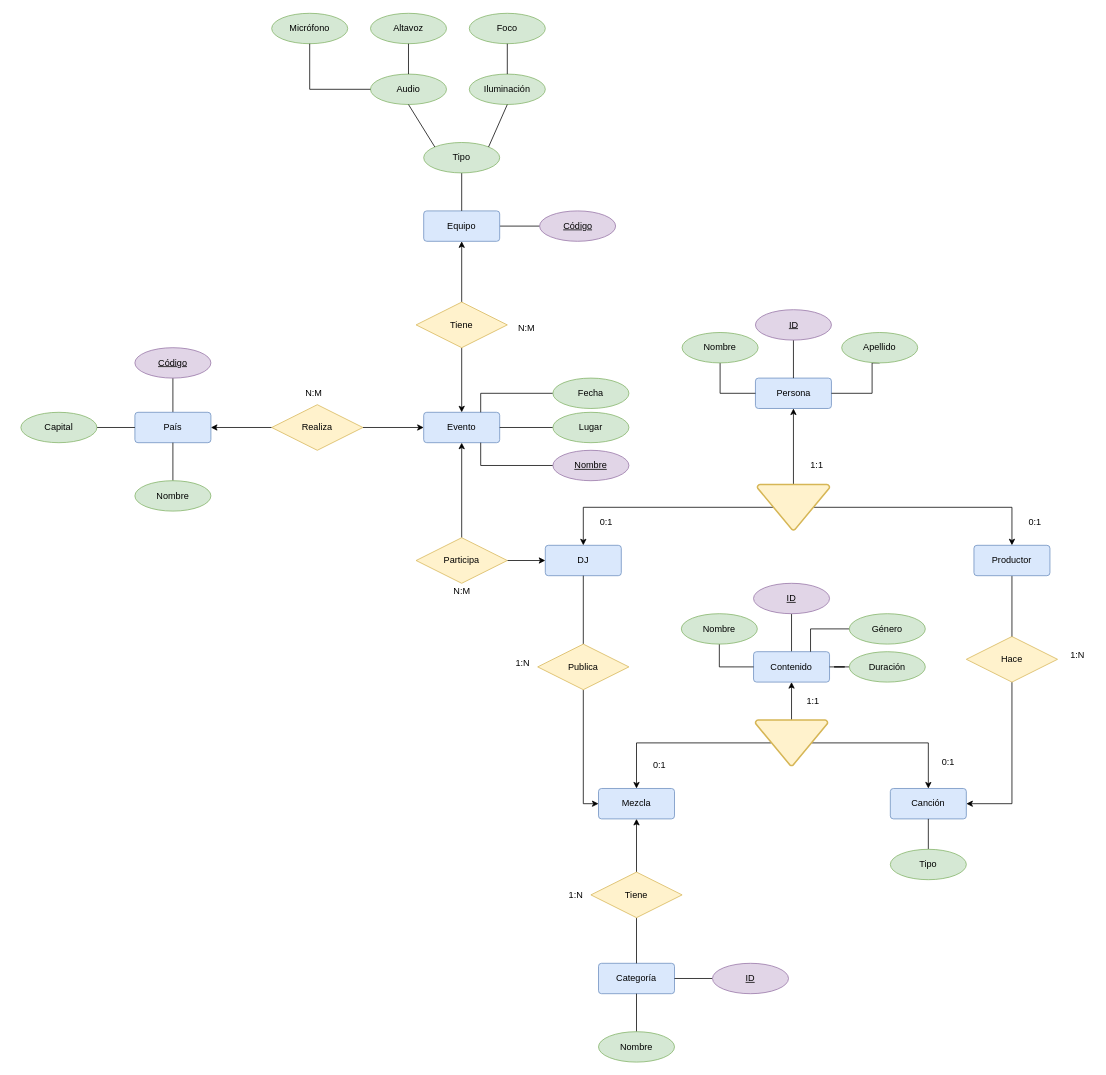
The draw.io diagram page "Página-3" (3 of 4) of modelo_entidad_relación.drawio in samugd17/proyecto_bae, before the edit. Source tidied: cells renumbered, new cells numbered last; positions are measured from the earlier drawing's top-left corner, leaving out a move shared by most shapes. Both pictures are drawn from the tidied source at 76%, with x=0, y=0 at pixel (21, 13).
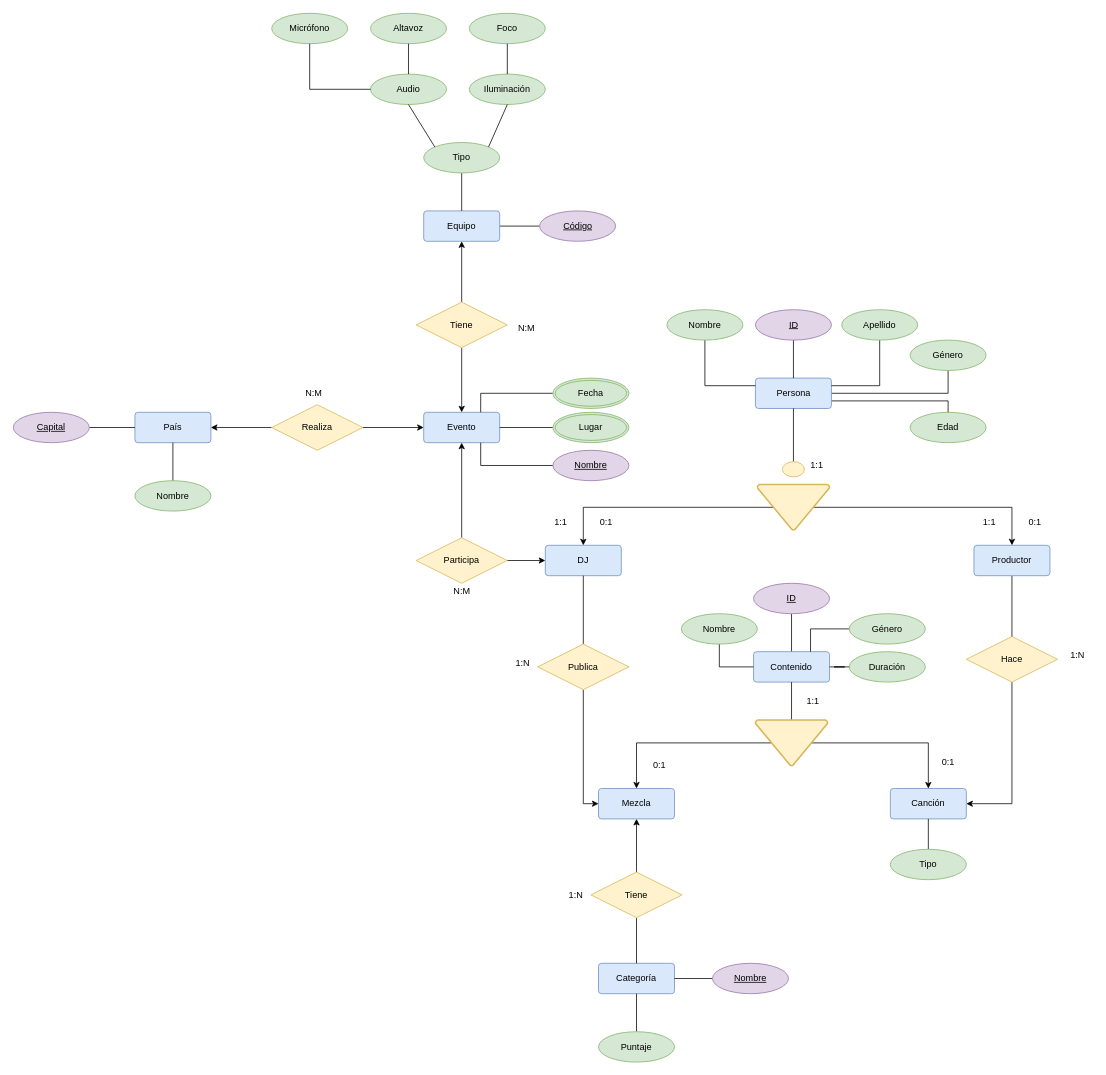
Above is the later version.

Unchanged cells that the change refers to:
```xml
<mxCell id="2" value="Persona" style="rounded=1;arcSize=10;whiteSpace=wrap;html=1;align=center;fillColor=#dae8fc;strokeColor=#6c8ebf;" parent="1" vertex="1">
  <mxGeometry x="966.5" y="480" width="100" height="40" as="geometry" />
</mxCell>
<mxCell id="5" value="Contenido" style="rounded=1;arcSize=10;whiteSpace=wrap;html=1;align=center;fillColor=#dae8fc;strokeColor=#6c8ebf;" parent="1" vertex="1">
  <mxGeometry x="964" y="840" width="100" height="40" as="geometry" />
</mxCell>
<mxCell id="12" style="strokeWidth=2;html=1;shape=mxgraph.flowchart.extract_or_measurement;whiteSpace=wrap;rotation=-180;fillColor=#fff2cc;strokeColor=#d6b656;" parent="1" vertex="1">
  <mxGeometry x="969" y="620" width="95" height="60" as="geometry" />
</mxCell>
<mxCell id="16" style="strokeWidth=2;html=1;shape=mxgraph.flowchart.extract_or_measurement;whiteSpace=wrap;rotation=-180;fillColor=#fff2cc;strokeColor=#d6b656;" parent="1" vertex="1">
  <mxGeometry x="966.5" y="930" width="95" height="60" as="geometry" />
</mxCell>
<mxCell id="30" value="País" style="rounded=1;arcSize=10;whiteSpace=wrap;html=1;align=center;fillColor=#dae8fc;strokeColor=#6c8ebf;" parent="1" vertex="1">
  <mxGeometry x="150" y="525" width="100" height="40" as="geometry" />
</mxCell>
```

Change to the diagram source:
```diff
@@
+    <mxCell id="96" style="edgeStyle=orthogonalEdgeStyle;rounded=0;jettySize=auto;html=1;entryX=0.5;entryY=1;entryDx=0;entryDy=0;endArrow=none;endFill=0;" parent="1" edge="1" source="2" target="102">
+      <mxGeometry relative="1" as="geometry">
+        <Array as="points">
+          <mxPoint x="1220" y="500" />
+        </Array>
+      </mxGeometry>
+    </mxCell>
+    <mxCell id="97" style="edgeStyle=orthogonalEdgeStyle;rounded=0;jettySize=auto;html=1;entryX=0;entryY=0.5;entryDx=0;entryDy=0;exitX=1;exitY=0.75;exitDx=0;exitDy=0;" parent="1" edge="1" source="2" target="103">
+      <mxGeometry relative="1" as="geometry">
+        <Array as="points">
+          <mxPoint x="1220" y="510" />
+          <mxPoint x="1220" y="545" />
+        </Array>
+      </mxGeometry>
+    </mxCell>
@@
-    <mxCell id="10" style="edgeStyle=orthogonalEdgeStyle;rounded=0;jettySize=auto;html=1;exitX=0.5;exitY=1;exitDx=0;exitDy=0;exitPerimeter=0;" parent="1" edge="1" source="12" target="2">
-      <mxGeometry relative="1" as="geometry" />
-    </mxCell>
@@
-    <mxCell id="15" style="edgeStyle=orthogonalEdgeStyle;rounded=0;jettySize=auto;html=1;" parent="1" edge="1" source="16" target="5">
+    <mxCell id="15" style="edgeStyle=orthogonalEdgeStyle;rounded=0;jettySize=auto;html=1;endArrow=none;endFill=0;" parent="1" edge="1" source="16" target="5">
       <mxGeometry relative="1" as="geometry" />
     </mxCell>
@@
-    <mxCell id="29" style="edgeStyle=orthogonalEdgeStyle;rounded=0;jettySize=auto;html=1;endArrow=none;endFill=0;" parent="1" edge="1" source="30" target="35">
-      <mxGeometry relative="1" as="geometry" />
-    </mxCell>
@@
-    <mxCell id="35" value="Código" style="ellipse;whiteSpace=wrap;html=1;align=center;fontStyle=4;fillColor=#e1d5e7;strokeColor=#9673a6;" parent="1" vertex="1">
-      <mxGeometry x="150" y="440" width="100" height="40" as="geometry" />
-    </mxCell>
@@
-    <mxCell id="38" style="edgeStyle=orthogonalEdgeStyle;rounded=0;jettySize=auto;html=1;entryX=0;entryY=0.5;entryDx=0;entryDy=0;endArrow=none;endFill=0;" parent="1" edge="1" source="39" target="30">
+    <mxCell id="38" style="edgeStyle=orthogonalEdgeStyle;rounded=0;jettySize=auto;html=1;entryX=0;entryY=0.5;entryDx=0;entryDy=0;endArrow=none;endFill=0;exitX=1;exitY=0.5;exitDx=0;exitDy=0;" parent="1" edge="1" source="39" target="30">
       <mxGeometry relative="1" as="geometry" />
     </mxCell>
-    <mxCell id="39" value="Capital" style="ellipse;whiteSpace=wrap;html=1;align=center;fillColor=#d5e8d4;strokeColor=#82b366;" parent="1" vertex="1">
-      <mxGeometry y="525" width="100" height="40" as="geometry" />
-    </mxCell>
@@
-    <mxCell id="41" value="Fecha" style="ellipse;whiteSpace=wrap;html=1;align=center;fillColor=#d5e8d4;strokeColor=#82b366;" parent="1" vertex="1">
-      <mxGeometry x="700" y="480" width="100" height="40" as="geometry" />
-    </mxCell>
@@
-    <mxCell id="43" value="Lugar" style="ellipse;whiteSpace=wrap;html=1;align=center;fillColor=#d5e8d4;strokeColor=#82b366;" parent="1" vertex="1">
-      <mxGeometry x="700" y="525" width="100" height="40" as="geometry" />
-    </mxCell>
-    <mxCell id="44" style="edgeStyle=orthogonalEdgeStyle;rounded=0;jettySize=auto;html=1;endArrow=none;endFill=0;entryX=0;entryY=0.5;entryDx=0;entryDy=0;" parent="1" edge="1" source="45" target="2">
+    <mxCell id="44" style="edgeStyle=orthogonalEdgeStyle;rounded=0;jettySize=auto;html=1;endArrow=none;endFill=0;entryX=0;entryY=0.25;entryDx=0;entryDy=0;exitX=0.5;exitY=1;exitDx=0;exitDy=0;" parent="1" edge="1" source="45" target="2">
       <mxGeometry relative="1" as="geometry" />
     </mxCell>
     <mxCell id="45" value="Nombre" style="ellipse;whiteSpace=wrap;html=1;align=center;fillColor=#d5e8d4;strokeColor=#82b366;" parent="1" vertex="1">
-      <mxGeometry x="870" y="420" width="100" height="40" as="geometry" />
+      <mxGeometry x="850" y="390" width="100" height="40" as="geometry" />
     </mxCell>
-    <mxCell id="46" style="edgeStyle=orthogonalEdgeStyle;rounded=0;jettySize=auto;html=1;entryX=1;entryY=0.5;entryDx=0;entryDy=0;endArrow=none;endFill=0;exitX=0.5;exitY=1;exitDx=0;exitDy=0;" parent="1" edge="1" source="47" target="2">
+    <mxCell id="46" style="edgeStyle=orthogonalEdgeStyle;rounded=0;jettySize=auto;html=1;entryX=1;entryY=0.25;entryDx=0;entryDy=0;endArrow=none;endFill=0;exitX=0.5;exitY=1;exitDx=0;exitDy=0;" parent="1" edge="1" source="47" target="2">
       <mxGeometry relative="1" as="geometry">
         <Array as="points">
-          <mxPoint x="1120" y="500" />
+          <mxPoint x="1130" y="490" />
         </Array>
       </mxGeometry>
     </mxCell>
     <mxCell id="47" value="Apellido" style="ellipse;whiteSpace=wrap;html=1;align=center;fillColor=#d5e8d4;strokeColor=#82b366;" parent="1" vertex="1">
-      <mxGeometry x="1080" y="420" width="100" height="40" as="geometry" />
+      <mxGeometry x="1080" y="390" width="100" height="40" as="geometry" />
     </mxCell>
@@
-    <mxCell id="55" value="Nombre" style="ellipse;whiteSpace=wrap;html=1;align=center;fillColor=#d5e8d4;strokeColor=#82b366;" parent="1" vertex="1">
+    <mxCell id="55" value="Puntaje" style="ellipse;whiteSpace=wrap;html=1;align=center;fillColor=#d5e8d4;strokeColor=#82b366;" parent="1" vertex="1">
       <mxGeometry x="760" y="1340" width="100" height="40" as="geometry" />
     </mxCell>
@@
-    <mxCell id="59" value="ID" style="ellipse;whiteSpace=wrap;html=1;align=center;fontStyle=4;fillColor=#e1d5e7;strokeColor=#9673a6;" parent="1" vertex="1">
+    <mxCell id="59" value="Nombre" style="ellipse;whiteSpace=wrap;html=1;align=center;fontStyle=4;fillColor=#e1d5e7;strokeColor=#9673a6;" parent="1" vertex="1">
       <mxGeometry x="910" y="1250" width="100" height="40" as="geometry" />
     </mxCell>
@@
+    <mxCell id="98" value="1:1" style="text;html=1;align=center;verticalAlign=middle;strokeColor=none;fillColor=none;" parent="1" vertex="1">
+      <mxGeometry x="1254" y="655" width="40" height="30" as="geometry" />
+    </mxCell>
+    <mxCell id="99" value="1:1" style="text;html=1;align=center;verticalAlign=middle;strokeColor=none;fillColor=none;" parent="1" vertex="1">
+      <mxGeometry x="690" y="655" width="40" height="30" as="geometry" />
+    </mxCell>
+    <mxCell id="100" style="edgeStyle=orthogonalEdgeStyle;rounded=0;jettySize=auto;html=1;entryX=0.5;entryY=1;entryDx=0;entryDy=0;endArrow=none;endFill=0;" parent="1" edge="1" source="101" target="2">
+      <mxGeometry relative="1" as="geometry" />
+    </mxCell>
+    <mxCell id="101" style="ellipse;whiteSpace=wrap;html=1;fillColor=#fff2cc;strokeColor=#d6b656;" parent="1" vertex="1">
+      <mxGeometry x="1002" y="590" width="29" height="20" as="geometry" />
+    </mxCell>
+    <mxCell id="43" value="Lugar" style="ellipse;shape=doubleEllipse;margin=3;whiteSpace=wrap;html=1;align=center;fillColor=#d5e8d4;strokeColor=#82b366;" parent="1" vertex="1">
+      <mxGeometry x="700" y="525" width="100" height="40" as="geometry" />
+    </mxCell>
+    <mxCell id="41" value="Fecha" style="ellipse;shape=doubleEllipse;margin=3;whiteSpace=wrap;html=1;align=center;fillColor=#d5e8d4;strokeColor=#82b366;" parent="1" vertex="1">
+      <mxGeometry x="700" y="480" width="100" height="40" as="geometry" />
+    </mxCell>
+    <mxCell id="39" value="Capital" style="ellipse;whiteSpace=wrap;html=1;align=center;fontStyle=4;fillColor=#e1d5e7;strokeColor=#9673a6;" parent="1" vertex="1">
+      <mxGeometry x="-10" y="525" width="100" height="40" as="geometry" />
+    </mxCell>
+    <mxCell id="102" value="Género" style="ellipse;whiteSpace=wrap;html=1;align=center;fillColor=#d5e8d4;strokeColor=#82b366;" parent="1" vertex="1">
+      <mxGeometry x="1170" y="430" width="100" height="40" as="geometry" />
+    </mxCell>
+    <mxCell id="103" value="Edad" style="ellipse;whiteSpace=wrap;html=1;align=center;fillColor=#d5e8d4;strokeColor=#82b366;" parent="1" vertex="1">
+      <mxGeometry x="1170" y="525" width="100" height="40" as="geometry" />
+    </mxCell>
```
